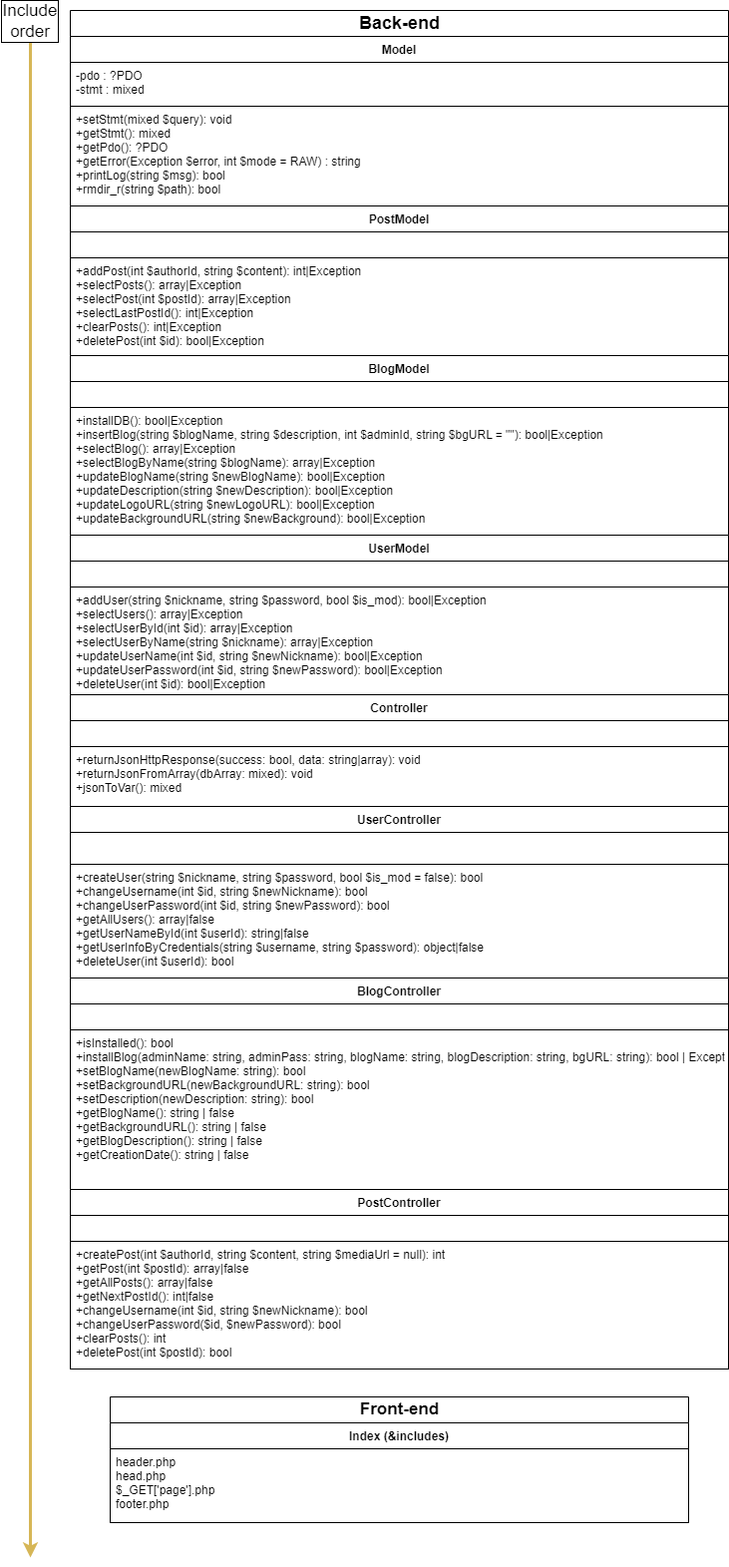
This is _Conception/PageStructure.png from MichaelAceAnderson/NewBlog, a draw.io export, as it was before one commit. Source tidied: cells renumbered, new cells last; positions are measured from the earlier drawing's top-left corner, leaving out a move shared by most shapes.
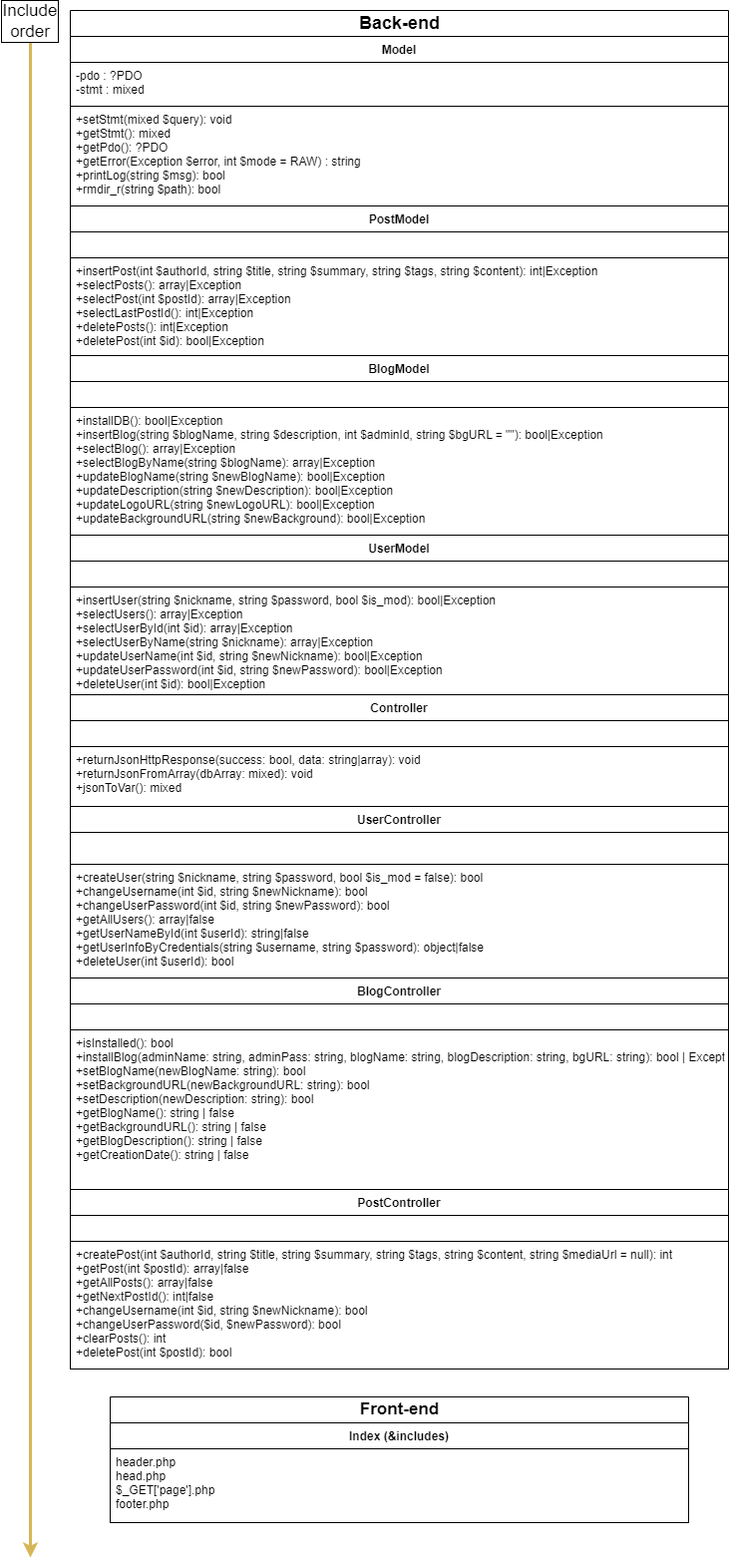
Later version of the same file.

What changed in the source:
```diff
@@ -34,7 +34,7 @@
     <mxCell id="11" style="text;strokeColor=default;fillColor=default;align=left;verticalAlign=top;spacingLeft=4;spacingRight=4;overflow=hidden;gradientColor=none;swimlaneLine=0;" parent="10" vertex="1">
       <mxGeometry y="26" width="660" height="26" as="geometry" />
     </mxCell>
-    <mxCell id="12" value="+addPost(int $authorId, string $content): int|Exception&#10;+selectPosts(): array|Exception&#10;+selectPost(int $postId): array|Exception&#10;+selectLastPostId(): int|Exception&#10;+clearPosts(): int|Exception&#10;+deletePost(int $id): bool|Exception" style="text;strokeColor=default;fillColor=default;align=left;verticalAlign=top;spacingLeft=4;spacingRight=4;overflow=hidden;gradientColor=none;swimlaneLine=0;" parent="10" vertex="1">
+    <mxCell id="12" value="+insertPost(int $authorId, string $title, string $summary, string $tags, string $content): int|Exception&#10;+selectPosts(): array|Exception&#10;+selectPost(int $postId): array|Exception&#10;+selectLastPostId(): int|Exception&#10;+deletePosts(): int|Exception&#10;+deletePost(int $id): bool|Exception" style="text;strokeColor=default;fillColor=default;align=left;verticalAlign=top;spacingLeft=4;spacingRight=4;overflow=hidden;gradientColor=none;swimlaneLine=0;" parent="10" vertex="1">
       <mxGeometry y="52" width="660" height="98" as="geometry" />
     </mxCell>
     <mxCell id="13" value="BlogModel" style="swimlane;fontStyle=1;align=center;verticalAlign=top;horizontal=1;startSize=26;fillColor=default;gradientColor=none;strokeColor=default;swimlaneLine=0;" parent="6" vertex="1">
@@ -52,7 +52,7 @@
     <mxCell id="17" style="text;strokeColor=default;fillColor=default;align=left;verticalAlign=top;spacingLeft=4;spacingRight=4;overflow=hidden;gradientColor=none;swimlaneLine=0;" parent="16" vertex="1">
       <mxGeometry y="26" width="660" height="26" as="geometry" />
     </mxCell>
-    <mxCell id="18" value="+addUser(string $nickname, string $password, bool $is_mod): bool|Exception&#10;+selectUsers(): array|Exception&#10;+selectUserById(int $id): array|Exception&#10;+selectUserByName(string $nickname): array|Exception&#10;+updateUserName(int $id, string $newNickname): bool|Exception&#10;+updateUserPassword(int $id, string $newPassword): bool|Exception&#10;+deleteUser(int $id): bool|Exception" style="text;strokeColor=default;fillColor=default;align=left;verticalAlign=top;spacingLeft=4;spacingRight=4;overflow=hidden;gradientColor=none;swimlaneLine=0;" parent="16" vertex="1">
+    <mxCell id="18" value="+insertUser(string $nickname, string $password, bool $is_mod): bool|Exception&#10;+selectUsers(): array|Exception&#10;+selectUserById(int $id): array|Exception&#10;+selectUserByName(string $nickname): array|Exception&#10;+updateUserName(int $id, string $newNickname): bool|Exception&#10;+updateUserPassword(int $id, string $newPassword): bool|Exception&#10;+deleteUser(int $id): bool|Exception" style="text;strokeColor=default;fillColor=default;align=left;verticalAlign=top;spacingLeft=4;spacingRight=4;overflow=hidden;gradientColor=none;swimlaneLine=0;" parent="16" vertex="1">
       <mxGeometry y="52" width="660" height="108" as="geometry" />
     </mxCell>
     <mxCell id="19" value="Controller&#10;" style="swimlane;fontStyle=1;align=center;verticalAlign=top;horizontal=1;startSize=26;fillColor=default;gradientColor=none;strokeColor=default;swimlaneLine=0;" parent="6" vertex="1">
@@ -88,7 +88,7 @@
     <mxCell id="29" value=" " style="text;strokeColor=default;fillColor=default;align=left;verticalAlign=top;spacingLeft=4;spacingRight=4;overflow=hidden;gradientColor=none;swimlaneLine=0;" parent="28" vertex="1">
       <mxGeometry y="26" width="660" height="26" as="geometry" />
     </mxCell>
-    <mxCell id="30" value="+createPost(int $authorId, string $content, string $mediaUrl = null): int&#10;+getPost(int $postId): array|false&#10;+getAllPosts(): array|false&#10;+getNextPostId(): int|false&#10;+changeUsername(int $id, string $newNickname): bool&#10;+changeUserPassword($id, $newPassword): bool&#10;+clearPosts(): int&#10;+deletePost(int $postId): bool" style="text;strokeColor=default;fillColor=default;align=left;verticalAlign=top;spacingLeft=4;spacingRight=4;overflow=hidden;gradientColor=none;swimlaneLine=0;" parent="28" vertex="1">
+    <mxCell id="30" value="+createPost(int $authorId, string $title, string $summary, string $tags, string $content, string $mediaUrl = null): int&#10;+getPost(int $postId): array|false&#10;+getAllPosts(): array|false&#10;+getNextPostId(): int|false&#10;+changeUsername(int $id, string $newNickname): bool&#10;+changeUserPassword($id, $newPassword): bool&#10;+clearPosts(): int&#10;+deletePost(int $postId): bool" style="text;strokeColor=default;fillColor=default;align=left;verticalAlign=top;spacingLeft=4;spacingRight=4;overflow=hidden;gradientColor=none;swimlaneLine=0;" parent="28" vertex="1">
       <mxGeometry y="52" width="660" height="128" as="geometry" />
     </mxCell>
     <mxCell id="31" value="&lt;span style=&quot;&quot;&gt;Include order&lt;/span&gt;" style="text;html=1;strokeColor=none;fillColor=none;align=center;verticalAlign=middle;whiteSpace=wrap;rounded=0;fontSize=17;fontFamily=Helvetica;labelBorderColor=default;labelBackgroundColor=default;" parent="1" vertex="1">
```
